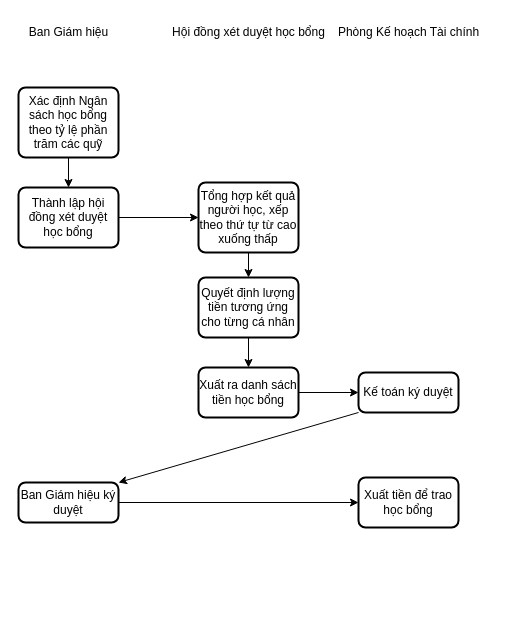
Before: Học bổng.drawio in hype1524/Test, a draw.io diagram. Source tidied: cells renumbered, new cells numbered last; positions are measured from the earlier drawing's top-left corner, leaving out a move shared by most shapes. Both pictures are drawn from the tidied source at 100%, with x=0, y=0 at pixel (18, 17).
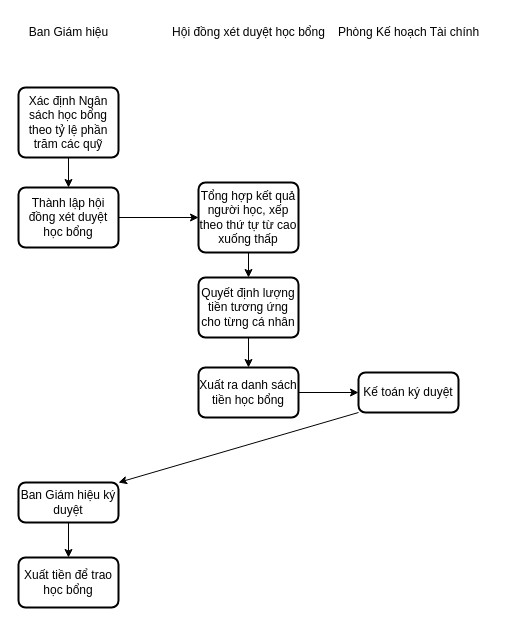
The same page after the edit.

The edit, as a diff of the source:
```diff
@@
 <mxGraphModel>
   <root>
     <mxCell id="0" />
     <mxCell id="1" parent="0" />
     <mxCell id="2" value="Xác định Ngân sách học bổng theo tỷ lệ phần trăm các quỹ" style="rounded=1;whiteSpace=wrap;html=1;absoluteArcSize=1;arcSize=14;strokeWidth=2;" parent="1" vertex="1">
       <mxGeometry y="70" width="100" height="70" as="geometry" />
     </mxCell>
     <mxCell id="3" value="Thành lập hội đồng xét duyệt học bổng" style="rounded=1;whiteSpace=wrap;html=1;absoluteArcSize=1;arcSize=14;strokeWidth=2;" parent="1" vertex="1">
       <mxGeometry y="170" width="100" height="60" as="geometry" />
     </mxCell>
     <mxCell id="4" value="Tổng hợp kết quả người học, xếp theo thứ tự từ cao xuống thấp" style="rounded=1;whiteSpace=wrap;html=1;absoluteArcSize=1;arcSize=14;strokeWidth=2;" parent="1" vertex="1">
       <mxGeometry x="180" y="165" width="100" height="70" as="geometry" />
     </mxCell>
     <mxCell id="5" value="Quyết định lượng tiền tương ứng cho từng cá nhân" style="rounded=1;whiteSpace=wrap;html=1;absoluteArcSize=1;arcSize=14;strokeWidth=2;" parent="1" vertex="1">
       <mxGeometry x="180" y="260" width="100" height="60" as="geometry" />
     </mxCell>
     <mxCell id="6" value="Xuất ra danh sách tiền học bổng" style="rounded=1;whiteSpace=wrap;html=1;absoluteArcSize=1;arcSize=14;strokeWidth=2;" parent="1" vertex="1">
       <mxGeometry x="180" y="350" width="100" height="50" as="geometry" />
     </mxCell>
     <mxCell id="7" value="Kế toán ký duyệt" style="rounded=1;whiteSpace=wrap;html=1;absoluteArcSize=1;arcSize=14;strokeWidth=2;" parent="1" vertex="1">
       <mxGeometry x="340" y="355" width="100" height="40" as="geometry" />
     </mxCell>
     <mxCell id="8" value="Ban Giám hiệu ký duyệt" style="rounded=1;whiteSpace=wrap;html=1;absoluteArcSize=1;arcSize=14;strokeWidth=2;" parent="1" vertex="1">
       <mxGeometry y="465" width="100" height="40" as="geometry" />
     </mxCell>
     <mxCell id="9" value="Xuất tiền để trao học bổng" style="rounded=1;whiteSpace=wrap;html=1;absoluteArcSize=1;arcSize=14;strokeWidth=2;" parent="1" vertex="1">
-      <mxGeometry x="340" y="460" width="100" height="50" as="geometry" />
+      <mxGeometry y="540" width="100" height="50" as="geometry" />
     </mxCell>
     <mxCell id="10" style="endArrow=classic;html=1;rounded=0;exitX=0.5;exitY=1;exitDx=0;exitDy=0;entryX=0.5;entryY=0;entryDx=0;entryDy=0;" parent="1" edge="1" source="2" target="3">
       <mxGeometry relative="1" as="geometry" />
     </mxCell>
     <mxCell id="11" style="endArrow=classic;html=1;rounded=0;exitX=1;exitY=0.5;exitDx=0;exitDy=0;entryX=0;entryY=0.5;entryDx=0;entryDy=0;" parent="1" edge="1" source="3" target="4">
       <mxGeometry relative="1" as="geometry" />
     </mxCell>
     <mxCell id="12" style="endArrow=classic;html=1;rounded=0;exitX=0.5;exitY=1;exitDx=0;exitDy=0;entryX=0.5;entryY=0;entryDx=0;entryDy=0;" parent="1" edge="1" source="4" target="5">
       <mxGeometry relative="1" as="geometry" />
     </mxCell>
     <mxCell id="13" style="endArrow=classic;html=1;rounded=0;exitX=0.5;exitY=1;exitDx=0;exitDy=0;entryX=0.5;entryY=0;entryDx=0;entryDy=0;" parent="1" edge="1" source="5" target="6">
       <mxGeometry relative="1" as="geometry" />
     </mxCell>
     <mxCell id="14" style="endArrow=classic;html=1;rounded=0;exitX=1;exitY=0.5;exitDx=0;exitDy=0;entryX=0;entryY=0.5;entryDx=0;entryDy=0;" parent="1" edge="1" source="6" target="7">
       <mxGeometry relative="1" as="geometry" />
     </mxCell>
     <mxCell id="15" style="endArrow=classic;html=1;rounded=0;exitX=0;exitY=1;exitDx=0;exitDy=0;entryX=1;entryY=0;entryDx=0;entryDy=0;" parent="1" edge="1" source="7" target="8">
       <mxGeometry relative="1" as="geometry" />
     </mxCell>
-    <mxCell id="16" style="endArrow=classic;html=1;rounded=0;exitX=1;exitY=0.5;exitDx=0;exitDy=0;entryX=0;entryY=0.5;entryDx=0;entryDy=0;" parent="1" edge="1" source="8" target="9">
+    <mxCell id="16" style="endArrow=classic;html=1;rounded=0;exitX=0.5;exitY=1;exitDx=0;exitDy=0;entryX=0.5;entryY=0;entryDx=0;entryDy=0;" parent="1" edge="1" source="8" target="9">
       <mxGeometry relative="1" as="geometry" />
     </mxCell>
     <mxCell id="17" value="Ban Giám hiệu" style="text;html=1;align=center;verticalAlign=middle;strokeColor=none;fillColor=none;" parent="1" vertex="1">
       <mxGeometry width="100" height="30" as="geometry" />
     </mxCell>
     <mxCell id="18" value="Hội đồng xét duyệt học bổng" style="text;html=1;align=center;verticalAlign=middle;strokeColor=none;fillColor=none;" parent="1" vertex="1">
       <mxGeometry x="140" width="180" height="30" as="geometry" />
     </mxCell>
     <mxCell id="19" value="Phòng Kế hoạch Tài chính" style="text;html=1;align=center;verticalAlign=middle;strokeColor=none;fillColor=none;" parent="1" vertex="1">
       <mxGeometry x="310" width="160" height="30" as="geometry" />
     </mxCell>
   </root>
 </mxGraphModel>
```
